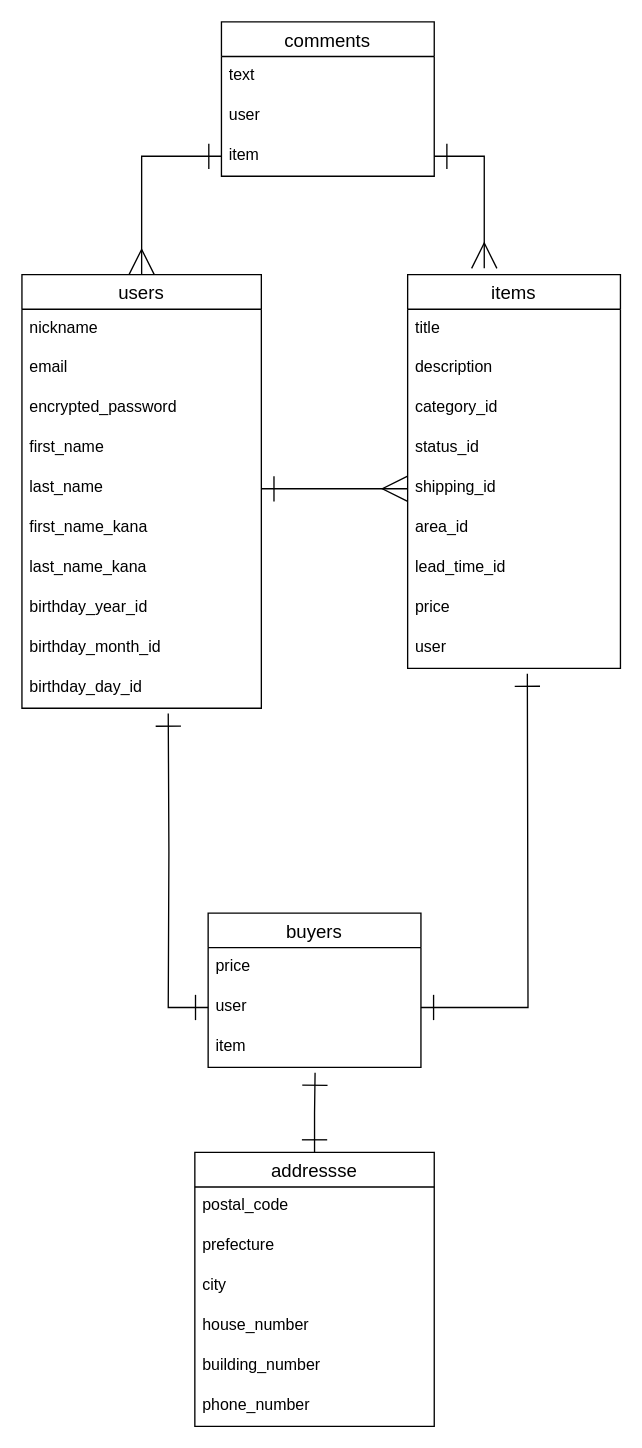
KUniyukiOoyama/furima-34314 keeps this draw.io diagram as furima_ER.dio. Above is the earlier version. Source tidied: cells renumbered, new cells numbered last; positions are measured from the earlier drawing's top-left corner, leaving out a move shared by most shapes. Both pictures are drawn from the tidied source at 133%, with x=0, y=0 at pixel (21, 21).
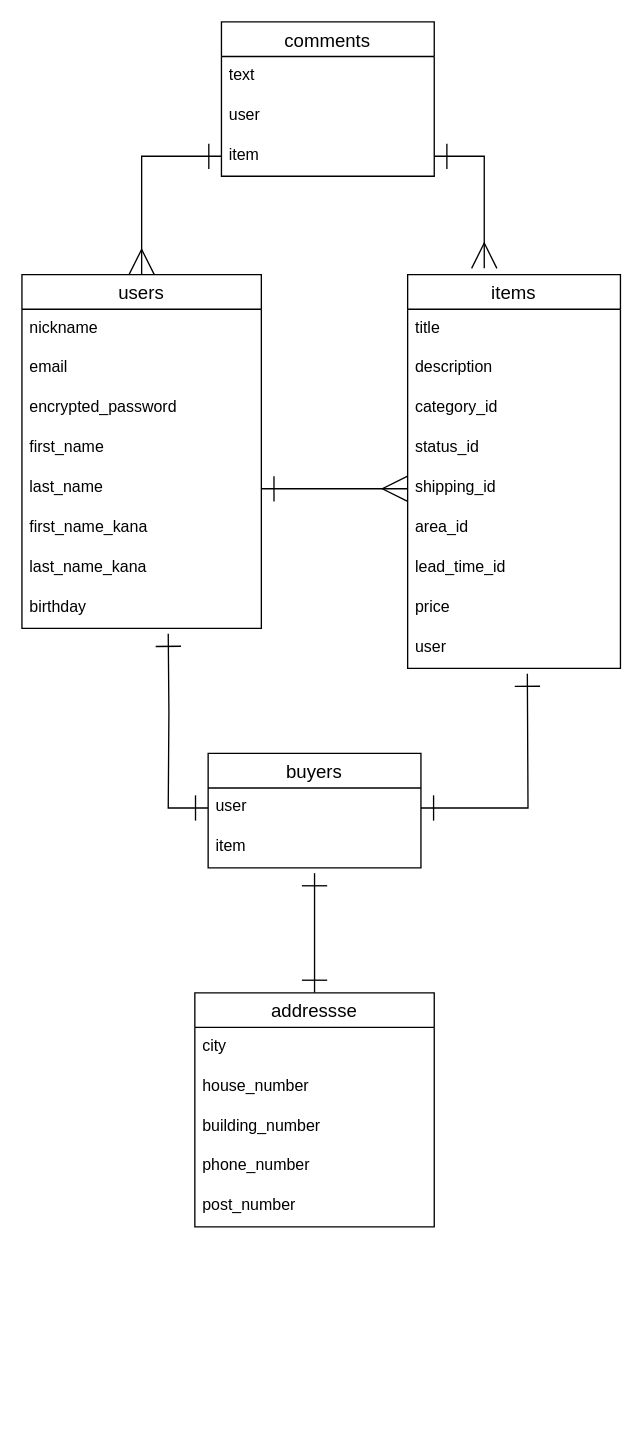
The same diagram, later.

Commit message (it also covers changes not shown here):
データベースの設計、ER図修正（3回目）

What changed in the source:
```diff
@@
     <mxCell id="2" value="users" style="swimlane;fontStyle=0;horizontal=1;startSize=26;align=center;fontSize=14;" parent="1" vertex="1">
-      <mxGeometry y="190" width="180" height="326" as="geometry" />
+      <mxGeometry y="190" width="180" height="266" as="geometry" />
     </mxCell>
@@
-    <mxCell id="10" value="birthday_year_id" style="text;strokeColor=none;fillColor=none;spacingLeft=4;spacingRight=4;overflow=hidden;fontSize=12;" parent="2" vertex="1">
+    <mxCell id="10" value="birthday" style="text;strokeColor=none;fillColor=none;spacingLeft=4;spacingRight=4;overflow=hidden;fontSize=12;" parent="2" vertex="1">
       <mxGeometry y="236" width="180" height="30" as="geometry" />
     </mxCell>
-    <mxCell id="11" value="birthday_month_id" style="text;strokeColor=none;fillColor=none;spacingLeft=4;spacingRight=4;overflow=hidden;fontSize=12;" parent="2" vertex="1">
-      <mxGeometry y="266" width="180" height="30" as="geometry" />
-    </mxCell>
-    <mxCell id="12" value="birthday_day_id" style="text;strokeColor=none;fillColor=none;spacingLeft=4;spacingRight=4;overflow=hidden;fontSize=12;" parent="2" vertex="1">
-      <mxGeometry y="296" width="180" height="30" as="geometry" />
-    </mxCell>
@@
     <mxCell id="23" value="buyers" style="swimlane;fontStyle=0;horizontal=1;startSize=26;align=center;fontSize=14;" parent="1" vertex="1">
-      <mxGeometry x="140" y="670" width="160" height="116" as="geometry" />
+      <mxGeometry x="140" y="550" width="160" height="86" as="geometry" />
     </mxCell>
-    <mxCell id="24" value="price" style="text;strokeColor=none;fillColor=none;spacingLeft=4;spacingRight=4;overflow=hidden;fontSize=12;" parent="23" vertex="1">
-      <mxGeometry y="26" width="160" height="30" as="geometry" />
-    </mxCell>
     <mxCell id="25" value="user" style="text;strokeColor=none;fillColor=none;spacingLeft=4;spacingRight=4;overflow=hidden;points=[[0,0.5],[1,0.5]];portConstraint=eastwest;fontSize=12;" parent="23" vertex="1">
-      <mxGeometry y="56" width="160" height="30" as="geometry" />
+      <mxGeometry y="26" width="160" height="30" as="geometry" />
     </mxCell>
     <mxCell id="26" value="item" style="text;strokeColor=none;fillColor=none;spacingLeft=4;spacingRight=4;overflow=hidden;fontSize=12;" parent="23" vertex="1">
-      <mxGeometry y="86" width="160" height="30" as="geometry" />
+      <mxGeometry y="56" width="160" height="30" as="geometry" />
     </mxCell>
-    <mxCell id="27" style="edgeStyle=orthogonalEdgeStyle;rounded=0;jettySize=auto;html=1;exitX=0.5;exitY=0;exitDx=0;exitDy=0;startArrow=ERone;startFill=0;startSize=17;endArrow=ERone;endFill=0;endSize=17;strokeWidth=1;" parent="1" edge="1" source="28">
-      <mxGeometry relative="1" as="geometry">
-        <mxPoint x="220.4" y="790" as="targetPoint" />
-      </mxGeometry>
-    </mxCell>
+    <mxCell id="44" style="edgeStyle=none;rounded=0;jettySize=auto;html=1;exitX=0.5;exitY=0;exitDx=0;exitDy=0;startArrow=ERone;startFill=0;startSize=17;endArrow=ERone;endFill=0;endSize=17;strokeWidth=1;" parent="1" edge="1" source="28">
+      <mxGeometry relative="1" as="geometry">
+        <mxPoint x="220" y="640" as="targetPoint" />
+        <Array as="points">
+          <mxPoint x="220" y="640" />
+        </Array>
+      </mxGeometry>
+    </mxCell>
     <mxCell id="28" value="addressse" style="swimlane;fontStyle=0;horizontal=1;startSize=26;align=center;fontSize=14;" parent="1" vertex="1">
-      <mxGeometry x="130" y="850" width="180" height="206" as="geometry" />
+      <mxGeometry x="130" y="730" width="180" height="176" as="geometry" />
     </mxCell>
-    <mxCell id="29" value="postal_code" style="text;strokeColor=none;fillColor=none;spacingLeft=4;spacingRight=4;overflow=hidden;fontSize=12;" parent="28" vertex="1">
-      <mxGeometry y="26" width="180" height="30" as="geometry" />
-    </mxCell>
-    <mxCell id="30" value="prefecture" style="text;strokeColor=none;fillColor=none;spacingLeft=4;spacingRight=4;overflow=hidden;fontSize=12;" parent="28" vertex="1">
-      <mxGeometry y="56" width="180" height="30" as="geometry" />
-    </mxCell>
     <mxCell id="31" value="city" style="text;strokeColor=none;fillColor=none;spacingLeft=4;spacingRight=4;overflow=hidden;fontSize=12;" parent="28" vertex="1">
-      <mxGeometry y="86" width="180" height="30" as="geometry" />
+      <mxGeometry y="26" width="180" height="30" as="geometry" />
     </mxCell>
     <mxCell id="32" value="house_number" style="text;strokeColor=none;fillColor=none;spacingLeft=4;spacingRight=4;overflow=hidden;fontSize=12;" parent="28" vertex="1">
-      <mxGeometry y="116" width="180" height="30" as="geometry" />
+      <mxGeometry y="56" width="180" height="30" as="geometry" />
     </mxCell>
     <mxCell id="33" value="building_number" style="text;strokeColor=none;fillColor=none;spacingLeft=4;spacingRight=4;overflow=hidden;fontSize=12;" parent="28" vertex="1">
-      <mxGeometry y="146" width="180" height="30" as="geometry" />
+      <mxGeometry y="86" width="180" height="30" as="geometry" />
     </mxCell>
     <mxCell id="34" value="phone_number" style="text;strokeColor=none;fillColor=none;spacingLeft=4;spacingRight=4;overflow=hidden;fontSize=12;" parent="28" vertex="1">
-      <mxGeometry y="176" width="180" height="30" as="geometry" />
+      <mxGeometry y="116" width="180" height="30" as="geometry" />
     </mxCell>
+    <mxCell id="45" value="post_number" style="text;strokeColor=none;fillColor=none;spacingLeft=4;spacingRight=4;overflow=hidden;fontSize=12;" parent="28" vertex="1">
+      <mxGeometry y="146" width="180" height="30" as="geometry" />
+    </mxCell>
@@
     <mxCell id="36" style="edgeStyle=orthogonalEdgeStyle;rounded=0;jettySize=auto;html=1;startArrow=ERone;startFill=0;startSize=17;endArrow=ERone;endFill=0;endSize=17;strokeWidth=1;" parent="1" edge="1" target="25">
       <mxGeometry relative="1" as="geometry">
-        <mxPoint x="110" y="520" as="sourcePoint" />
+        <mxPoint x="110" y="460" as="sourcePoint" />
       </mxGeometry>
     </mxCell>
```
